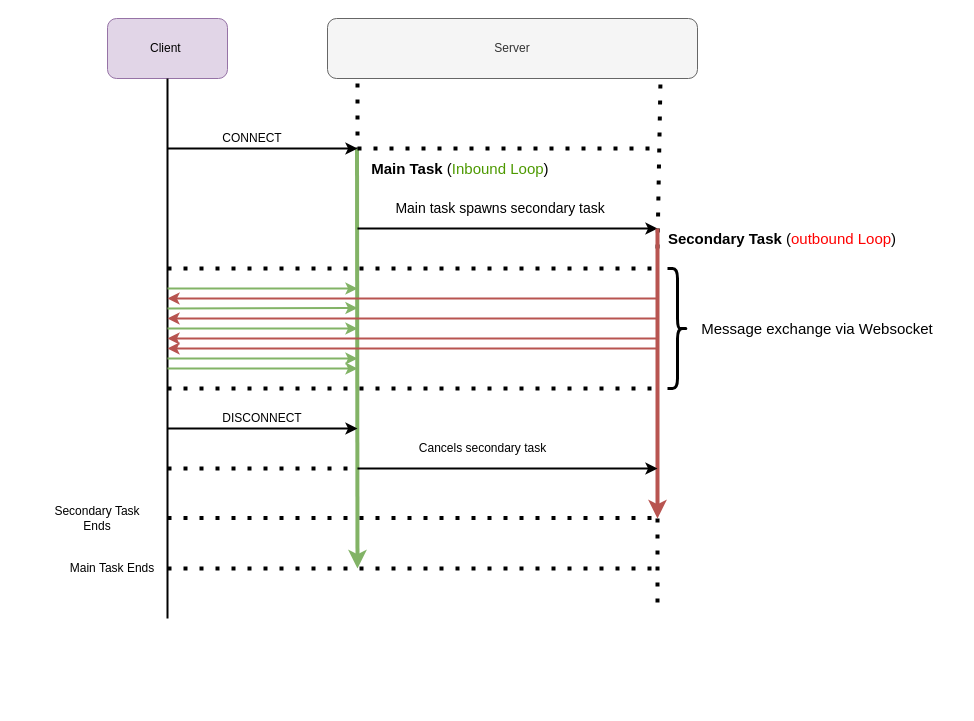
The draw.io diagram Docs/Tasks.drawio in sanzor/Ctesiphon, before the edit. Source tidied: cells renumbered, new cells numbered last; positions are measured from the earlier drawing's top-left corner, leaving out a move shared by most shapes. Both pictures are drawn from the tidied source at 100%, with x=0, y=0 at pixel (17, 18).
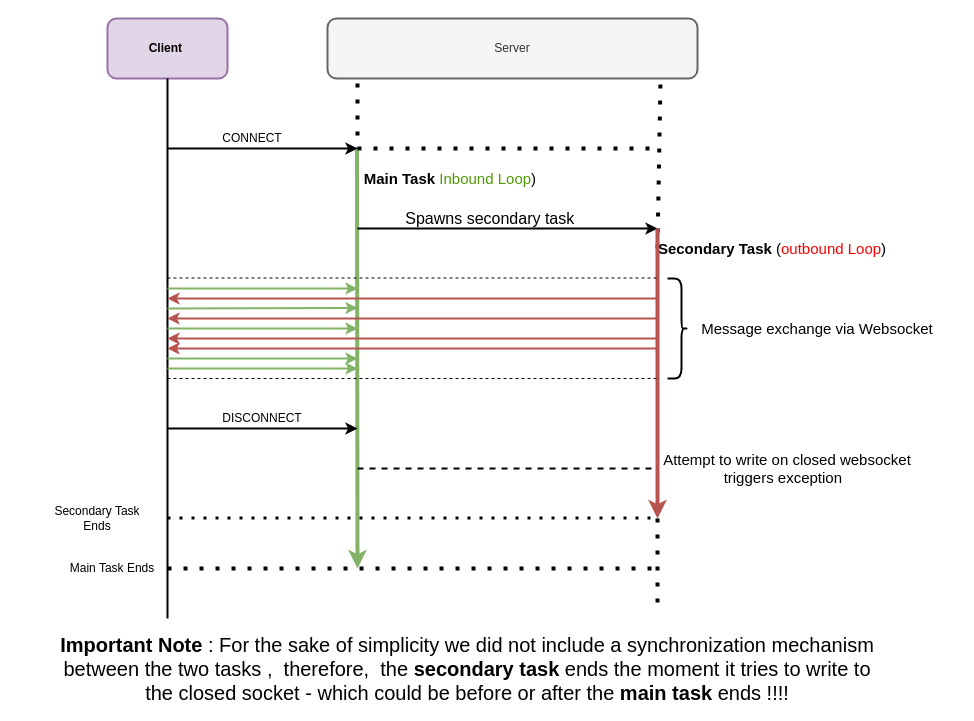
The same diagram, later.

Diff of the diagram source:
```diff
@@
-    <mxCell id="2" value="Client&amp;nbsp;" style="rounded=1;whiteSpace=wrap;html=1;fillColor=#e1d5e7;strokeColor=#9673a6;" parent="1" vertex="1">
+    <mxCell id="2" value="&lt;b&gt;Client&amp;nbsp;&lt;/b&gt;" style="rounded=1;whiteSpace=wrap;html=1;fillColor=#e1d5e7;strokeColor=#9673a6;strokeWidth=2;" parent="1" vertex="1">
       <mxGeometry x="90" width="120" height="60" as="geometry" />
     </mxCell>
-    <mxCell id="3" value="Server" style="rounded=1;whiteSpace=wrap;html=1;fillColor=#f5f5f5;strokeColor=#666666;fontColor=#333333;" parent="1" vertex="1">
+    <mxCell id="3" value="Server" style="rounded=1;whiteSpace=wrap;html=1;fillColor=#f5f5f5;strokeColor=#666666;fontColor=#333333;strokeWidth=2;" parent="1" vertex="1">
       <mxGeometry x="310" width="370" height="60" as="geometry" />
     </mxCell>
@@
-    <mxCell id="7" value="&lt;font style=&quot;font-size: 15px&quot;&gt;&lt;b&gt;Main Task&lt;/b&gt; (&lt;font color=&quot;#4d9900&quot; style=&quot;font-size: 15px&quot;&gt;Inbound Loop&lt;/font&gt;)&amp;nbsp;&lt;/font&gt;" style="text;html=1;strokeColor=none;fillColor=none;align=center;verticalAlign=middle;whiteSpace=wrap;rounded=0;" parent="1" vertex="1">
-      <mxGeometry x="330" y="140" width="230" height="20" as="geometry" />
+    <mxCell id="7" value="&lt;font style=&quot;font-size: 15px&quot;&gt;&lt;b&gt;Main Task&lt;/b&gt; &lt;font color=&quot;#4d9900&quot; style=&quot;font-size: 15px&quot;&gt;Inbound Loop&lt;/font&gt;)&amp;nbsp;&lt;/font&gt;" style="text;html=1;strokeColor=none;fillColor=none;align=center;verticalAlign=middle;whiteSpace=wrap;rounded=0;" parent="1" vertex="1">
+      <mxGeometry x="320" y="150" width="230" height="20" as="geometry" />
     </mxCell>
     <mxCell id="8" value="&lt;font style=&quot;font-size: 15px&quot;&gt;&lt;b&gt;Secondary Task&lt;/b&gt; (&lt;font color=&quot;#ff0000&quot;&gt;outbound Loop&lt;/font&gt;)&lt;/font&gt;" style="text;html=1;strokeColor=none;fillColor=none;align=center;verticalAlign=middle;whiteSpace=wrap;rounded=0;strokeWidth=3;" parent="1" vertex="1">
-      <mxGeometry x="640" y="210" width="250" height="20" as="geometry" />
+      <mxGeometry x="630" y="220" width="250" height="20" as="geometry" />
     </mxCell>
@@
-    <mxCell id="14" value="&lt;font style=&quot;font-size: 14px&quot;&gt;Main task spawns secondary task&amp;nbsp;&lt;/font&gt;" style="text;html=1;strokeColor=none;fillColor=none;align=center;verticalAlign=middle;whiteSpace=wrap;rounded=0;" parent="1" vertex="1">
-      <mxGeometry x="340" y="180" width="290" height="20" as="geometry" />
+    <mxCell id="14" value="&lt;font style=&quot;font-size: 16px&quot;&gt;Spawns secondary task&amp;nbsp;&lt;/font&gt;" style="text;html=1;strokeColor=none;fillColor=none;align=center;verticalAlign=middle;whiteSpace=wrap;rounded=0;" parent="1" vertex="1">
+      <mxGeometry x="330" y="190" width="290" height="20" as="geometry" />
     </mxCell>
@@
-    <mxCell id="18" style="endArrow=classic;html=1;strokeWidth=2;" parent="1" edge="1">
-      <mxGeometry relative="1" as="geometry">
-        <mxPoint x="340" y="450" as="sourcePoint" />
-        <mxPoint x="640" y="450" as="targetPoint" />
-      </mxGeometry>
-    </mxCell>
-    <mxCell id="19" value="Cancels secondary task" style="text;html=1;strokeColor=none;fillColor=none;align=center;verticalAlign=middle;whiteSpace=wrap;rounded=0;" parent="1" vertex="1">
-      <mxGeometry x="388" y="420" width="155" height="20" as="geometry" />
-    </mxCell>
-    <mxCell id="20" style="endArrow=none;dashed=1;html=1;dashPattern=1 3;strokeWidth=4;" parent="1" edge="1">
+    <mxCell id="20" style="endArrow=none;dashed=1;html=1;dashPattern=1 3;strokeWidth=3;" parent="1" edge="1">
       <mxGeometry relative="1" as="geometry">
         <mxPoint x="150" y="499.5" as="sourcePoint" />
         <mxPoint x="640" y="499.5" as="targetPoint" />
       </mxGeometry>
     </mxCell>
@@
-    <mxCell id="31" style="endArrow=none;dashed=1;html=1;dashPattern=1 3;strokeWidth=4;" parent="1" edge="1">
-      <mxGeometry relative="1" as="geometry">
-        <mxPoint x="150" y="250" as="sourcePoint" />
-        <mxPoint x="640" y="250" as="targetPoint" />
-      </mxGeometry>
-    </mxCell>
-    <mxCell id="32" style="endArrow=none;dashed=1;html=1;dashPattern=1 3;strokeWidth=4;" parent="1" edge="1">
-      <mxGeometry relative="1" as="geometry">
-        <mxPoint x="150" y="370" as="sourcePoint" />
-        <mxPoint x="640" y="370" as="targetPoint" />
-      </mxGeometry>
-    </mxCell>
-    <mxCell id="33" style="shape=curlyBracket;whiteSpace=wrap;html=1;rounded=1;strokeWidth=3;rotation=-180;" parent="1" vertex="1">
-      <mxGeometry x="650" y="250" width="20" height="120" as="geometry" />
+    <mxCell id="33" style="shape=curlyBracket;whiteSpace=wrap;html=1;rounded=1;strokeWidth=2;rotation=-180;size=0.3;" parent="1" vertex="1">
+      <mxGeometry x="650" y="260" width="20" height="100" as="geometry" />
     </mxCell>
@@
-    <mxCell id="36" style="endArrow=none;dashed=1;html=1;dashPattern=1 3;strokeWidth=4;" parent="1" edge="1">
-      <mxGeometry relative="1" as="geometry">
-        <mxPoint x="150" y="450" as="sourcePoint" />
-        <mxPoint x="340" y="450" as="targetPoint" />
-      </mxGeometry>
-    </mxCell>
@@
+    <mxCell id="39" style="endArrow=none;dashed=1;html=1;" parent="1" edge="1">
+      <mxGeometry relative="1" as="geometry">
+        <mxPoint x="150" y="360" as="sourcePoint" />
+        <mxPoint x="640" y="360" as="targetPoint" />
+      </mxGeometry>
+    </mxCell>
+    <mxCell id="40" style="endArrow=none;dashed=1;html=1;" parent="1" edge="1">
+      <mxGeometry relative="1" as="geometry">
+        <mxPoint x="150" y="259.5" as="sourcePoint" />
+        <mxPoint x="640" y="259.5" as="targetPoint" />
+      </mxGeometry>
+    </mxCell>
+    <mxCell id="41" style="endArrow=none;dashed=1;html=1;strokeWidth=2;" parent="1" edge="1">
+      <mxGeometry relative="1" as="geometry">
+        <mxPoint x="340" y="450" as="sourcePoint" />
+        <mxPoint x="640" y="450" as="targetPoint" />
+      </mxGeometry>
+    </mxCell>
+    <mxCell id="42" value="&lt;font style=&quot;font-size: 15px&quot;&gt;Attempt to write on closed websocket triggers exception&amp;nbsp;&amp;nbsp;&lt;/font&gt;" style="text;html=1;strokeColor=none;fillColor=none;align=center;verticalAlign=middle;whiteSpace=wrap;rounded=0;" parent="1" vertex="1">
+      <mxGeometry x="620" y="440" width="300" height="20" as="geometry" />
+    </mxCell>
+    <mxCell id="43" value="&lt;font style=&quot;font-size: 20px&quot;&gt;&lt;font style=&quot;font-size: 20px&quot;&gt;&lt;b&gt;Important Note&lt;/b&gt;&lt;/font&gt;&amp;nbsp;: For the sake of simplicity we did not include a synchronization mechanism between the two tasks ,&amp;nbsp; therefore,&amp;nbsp; the &lt;b&gt;secondary task&lt;/b&gt; ends the moment it tries to write to the closed socket - which could be before or after the &lt;b&gt;main task&lt;/b&gt; ends !!!!&lt;/font&gt;" style="text;html=1;strokeColor=none;fillColor=none;align=center;verticalAlign=middle;whiteSpace=wrap;rounded=0;" parent="1" vertex="1">
+      <mxGeometry x="30" y="640" width="840" height="20" as="geometry" />
+    </mxCell>
```
